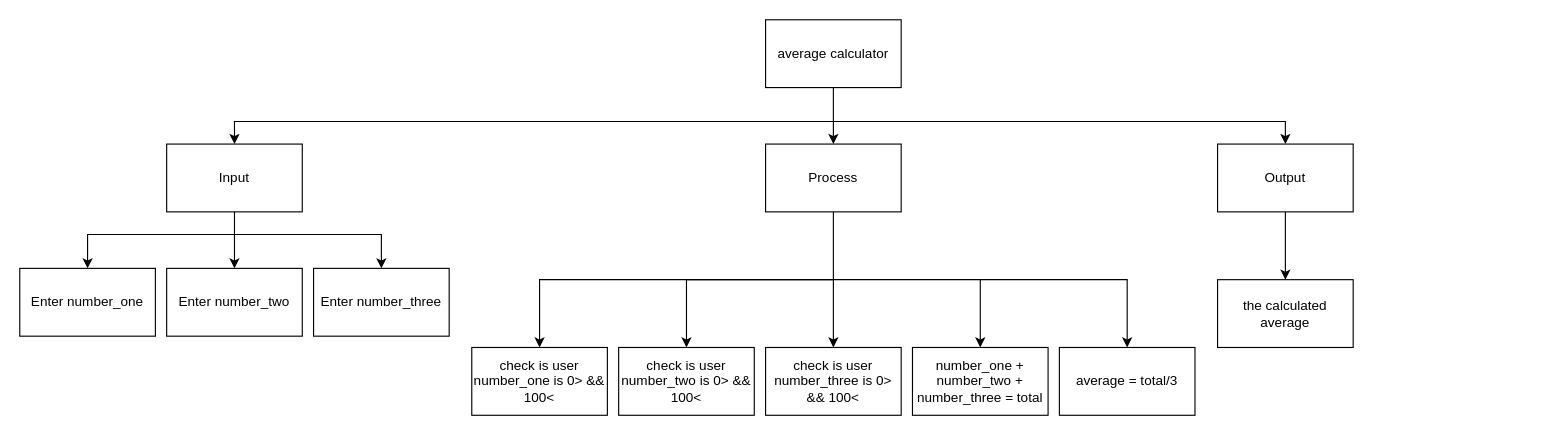
Above: TopDown.Drawio in JacksonNaufal/ICS3U-Assignment3-Python (draw.io), before the change. Source tidied: cells renumbered, new cells numbered last; positions are measured from the earlier drawing's top-left corner, leaving out a move shared by most shapes. Both pictures are drawn from the tidied source at 113%, with x=0, y=0 at pixel (19, 19).
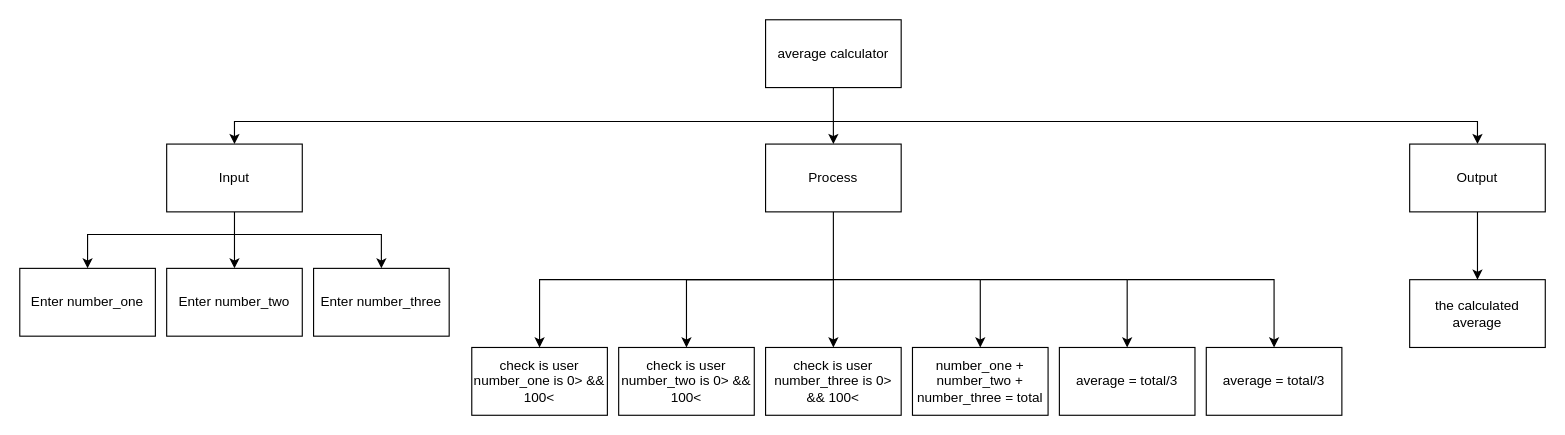
After the change.

Change to the diagram source:
```diff
@@
     <mxCell id="4" style="edgeStyle=none;rounded=0;html=1;entryX=0.5;entryY=0;entryDx=0;entryDy=0;" parent="1" edge="1" target="17">
       <mxGeometry relative="1" as="geometry">
         <mxPoint x="720" y="90" as="sourcePoint" />
         <Array as="points">
-          <mxPoint x="1120" y="90" />
+          <mxPoint x="1290" y="90" />
         </Array>
       </mxGeometry>
     </mxCell>
@@
+    <mxCell id="27" style="edgeStyle=none;html=1;entryX=0.5;entryY=0;entryDx=0;entryDy=0;rounded=0;" parent="1" edge="1" target="28">
+      <mxGeometry relative="1" as="geometry">
+        <mxPoint x="980" y="230" as="sourcePoint" />
+        <Array as="points">
+          <mxPoint x="1110" y="230" />
+        </Array>
+      </mxGeometry>
+    </mxCell>
@@
     <mxCell id="17" value="Output" style="rounded=0;whiteSpace=wrap;html=1;" parent="1" vertex="1">
-      <mxGeometry x="1060" y="110" width="120" height="60" as="geometry" />
+      <mxGeometry x="1230" y="110" width="120" height="60" as="geometry" />
     </mxCell>
@@
     <mxCell id="21" value="the calculated average" style="rounded=0;whiteSpace=wrap;html=1;" parent="1" vertex="1">
-      <mxGeometry x="1060" y="230" width="120" height="60" as="geometry" />
+      <mxGeometry x="1230" y="230" width="120" height="60" as="geometry" />
     </mxCell>
@@
+    <mxCell id="28" value="average = total/3" style="rounded=0;whiteSpace=wrap;html=1;" parent="1" vertex="1">
+      <mxGeometry x="1050" y="290" width="120" height="60" as="geometry" />
+    </mxCell>
```
